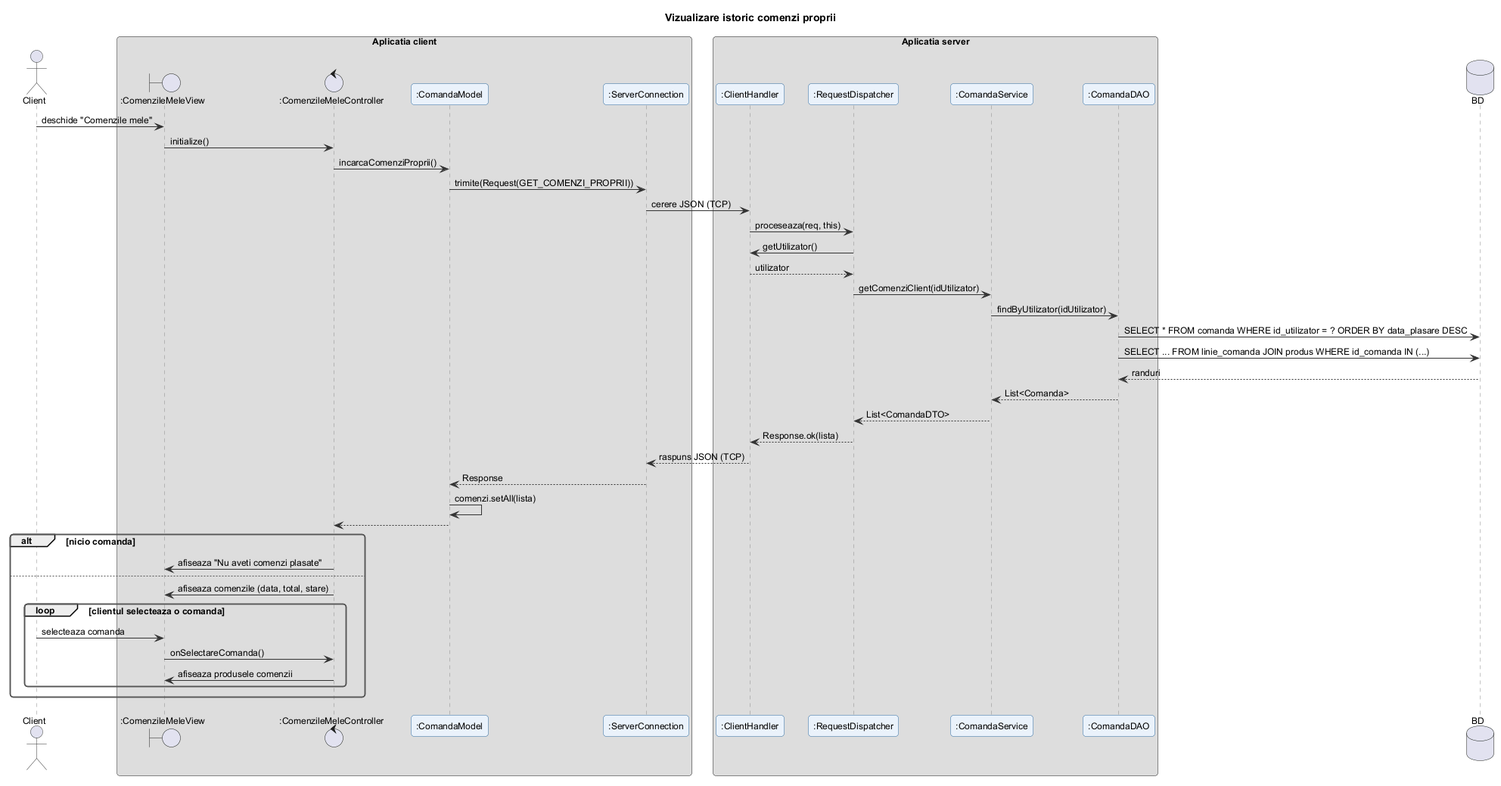
The PlantUML diagram docs/diagrame/6_secventa/istoric_comenzi_proprii.png in filip-eanu/ProiectIS, before a commit.
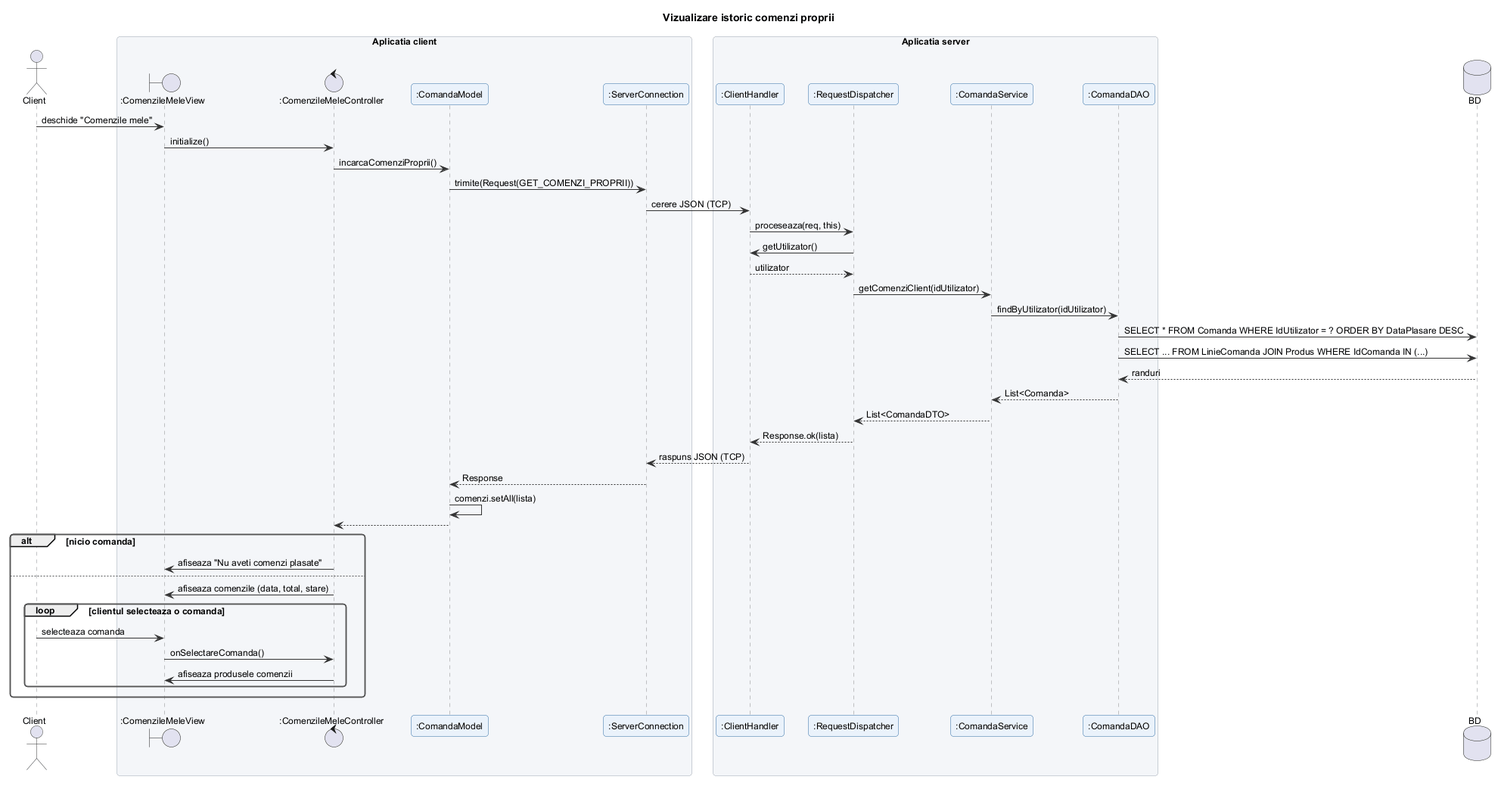
Later version of the same file.

The edit, as a diff of the source:
```diff
@@ -27,8 +27,8 @@
 CH --> RD : utilizator
 RD -> S : getComenziClient(idUtilizator)
 S -> D : findByUtilizator(idUtilizator)
-D -> DB : SELECT * FROM comanda WHERE id_utilizator = ? ORDER BY data_plasare DESC
-D -> DB : SELECT ... FROM linie_comanda JOIN produs WHERE id_comanda IN (...)
+D -> DB : SELECT * FROM Comanda WHERE IdUtilizator = ? ORDER BY DataPlasare DESC
+D -> DB : SELECT ... FROM LinieComanda JOIN Produs WHERE IdComanda IN (...)
 DB --> D : randuri
 D --> S : List<Comanda>
 S --> RD : List<ComandaDTO>
```
